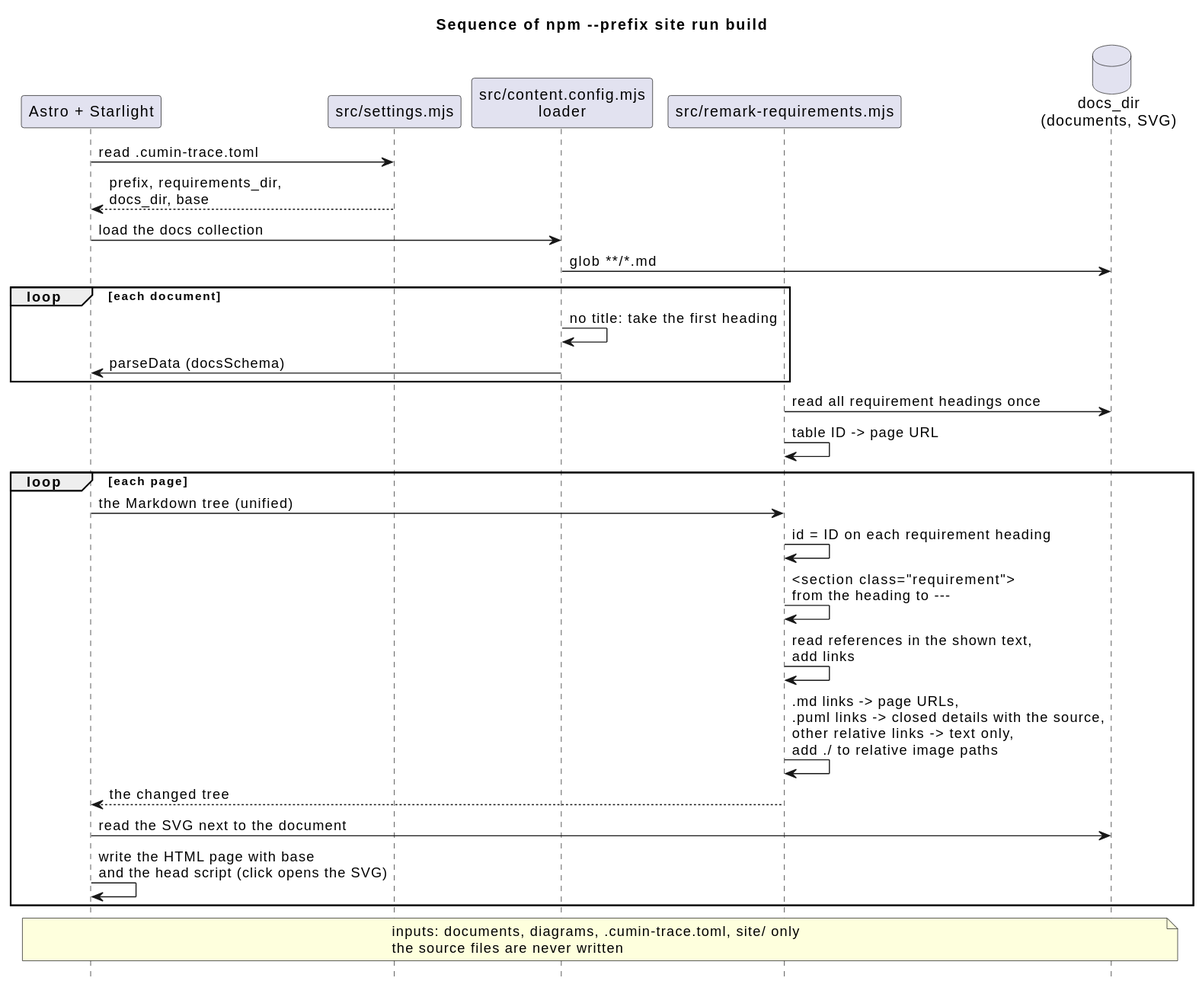
The PlantUML diagram docs/ja/designs/site/site-sequence.svg in cloveclovedev/cumin-trace, before a commit.
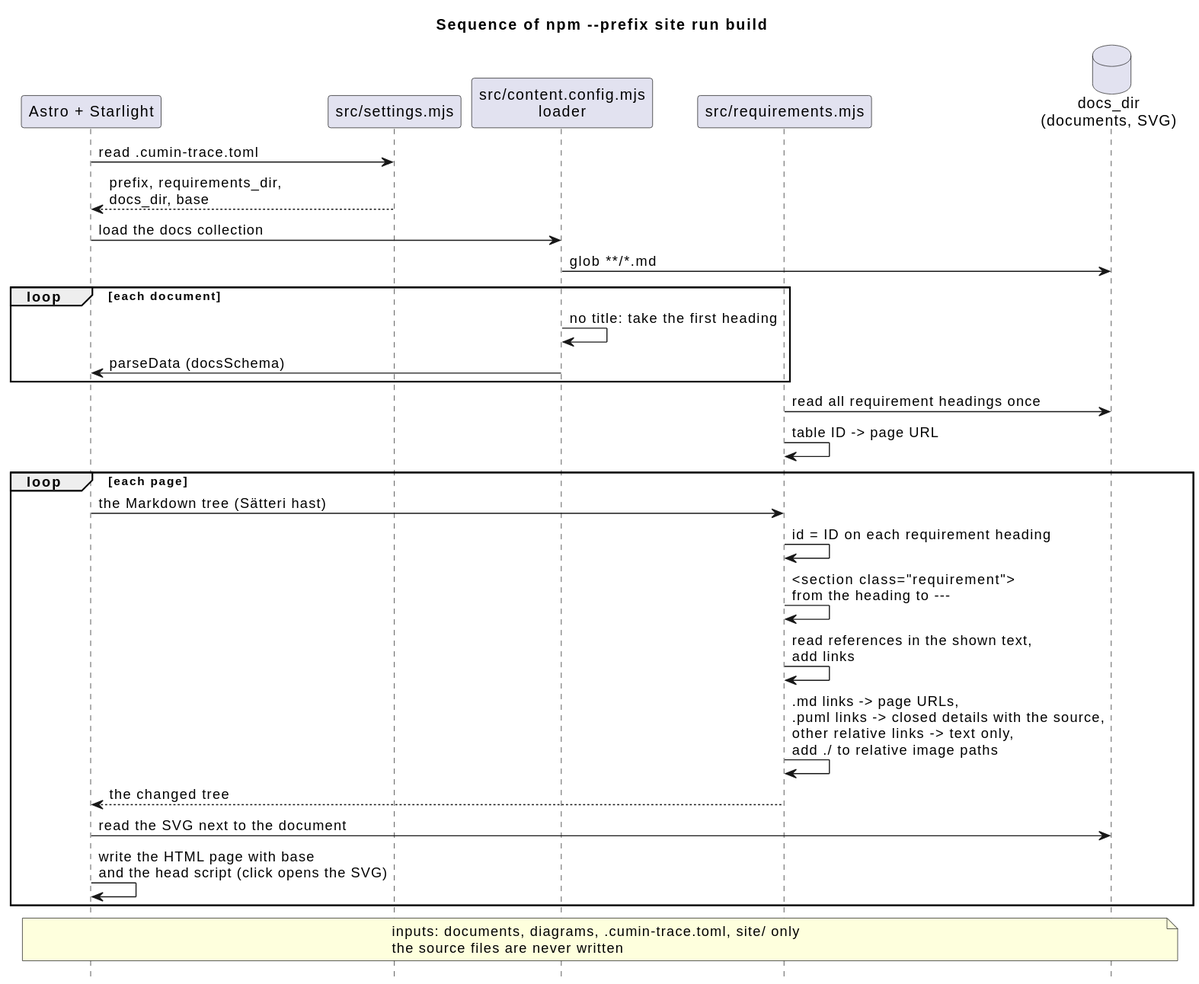
The same file after the commit.

Change to the diagram source:
```diff
@@ -6,7 +6,7 @@
 participant "Astro + Starlight" as astro
 participant "src/settings.mjs" as settings
 participant "src/content.config.mjs\nloader" as loader
-participant "src/remark-requirements.mjs" as remark
+participant "src/requirements.mjs" as remark
 database "docs_dir\n(documents, SVG)" as docs
 
 astro -> settings : read .cumin-trace.toml
@@ -20,7 +20,7 @@
 remark -> docs : read all requirement headings once
 remark -> remark : table ID -> page URL
 loop each page
-  astro -> remark : the Markdown tree (unified)
+  astro -> remark : the Markdown tree (Sätteri hast)
   remark -> remark : id = ID on each requirement heading
   remark -> remark : <section class="requirement">\nfrom the heading to ---
   remark -> remark : read references in the shown text,\nadd links
```
